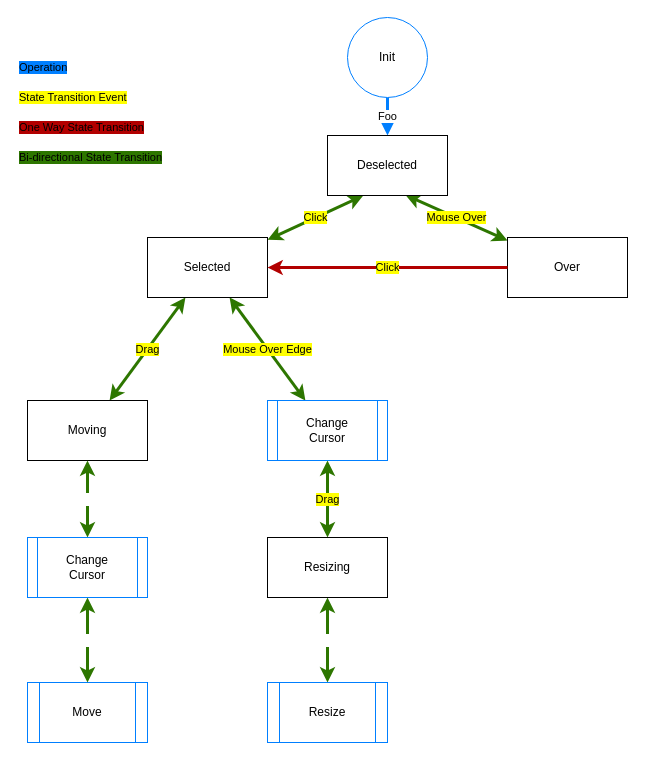
This is resources/notes/Bounding Box Mouse Interaction.drawio from grymmjack/img2ans, a draw.io file, before an edit. Source tidied: cells renumbered, new cells numbered last; positions are measured from the earlier drawing's top-left corner, leaving out a move shared by most shapes. Both pictures are drawn from the tidied source at 100%, with x=0, y=0 at pixel (17, 17).
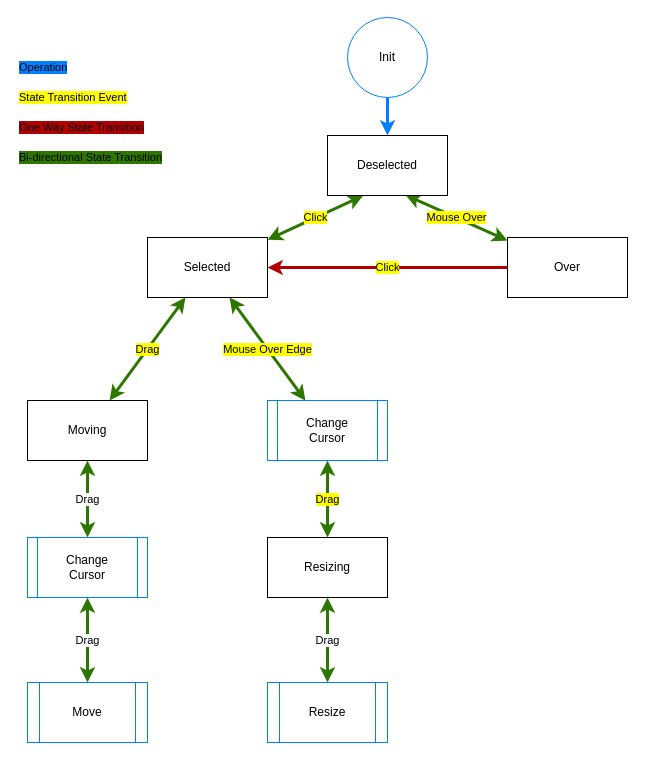
The same diagram, later.

The change refers to these unchanged cells:
```xml
<mxCell id="5" value="Deselected" style="rounded=0;whiteSpace=wrap;html=1;" parent="1" vertex="1">
  <mxGeometry x="310" y="118" width="120" height="60" as="geometry" />
</mxCell>
<mxCell id="10" value="Moving" style="rounded=0;whiteSpace=wrap;html=1;" parent="1" vertex="1">
  <mxGeometry x="10" y="383" width="120" height="60" as="geometry" />
</mxCell>
<mxCell id="14" value="Init" style="ellipse;whiteSpace=wrap;html=1;rounded=0;strokeColor=#007FFF;" parent="1" vertex="1">
  <mxGeometry x="330" width="80" height="80" as="geometry" />
</mxCell>
<mxCell id="16" value="Resizing" style="rounded=0;whiteSpace=wrap;html=1;" parent="1" vertex="1">
  <mxGeometry x="250" y="520" width="120" height="60" as="geometry" />
</mxCell>
<mxCell id="17" value="Resize" style="rounded=0;whiteSpace=wrap;html=1;shape=process;backgroundOutline=1;strokeColor=#007FFF;" parent="1" vertex="1">
  <mxGeometry x="250" y="665" width="120" height="60" as="geometry" />
</mxCell>
<mxCell id="18" value="Move" style="rounded=0;whiteSpace=wrap;html=1;shape=process;backgroundOutline=1;strokeColor=#007FFF;" parent="1" vertex="1">
  <mxGeometry x="10" y="665" width="120" height="60" as="geometry" />
</mxCell>
<mxCell id="21" value="Change Cursor" style="rounded=0;whiteSpace=wrap;html=1;shape=process;fixedSize=1;backgroundOutline=1;size=10;strokeColor=#007FFF;" parent="1" vertex="1">
  <mxGeometry x="10" y="520" width="120" height="60" as="geometry" />
</mxCell>
```

Change to the diagram source:
```diff
@@
-    <mxCell id="4" value="Foo" style="edgeStyle=orthogonalEdgeStyle;rounded=0;jettySize=auto;html=1;startArrow=classic;startFill=1;endArrow=none;endFill=0;fillColor=#1ba1e2;strokeColor=#007FFF;strokeWidth=3;" parent="1" edge="1" source="5" target="14">
+    <mxCell id="4" style="edgeStyle=orthogonalEdgeStyle;rounded=0;jettySize=auto;html=1;startArrow=classic;startFill=1;endArrow=none;endFill=0;fillColor=#1ba1e2;strokeColor=#007FFF;strokeWidth=3;" parent="1" edge="1" source="5" target="14">
       <mxGeometry x="0.1" relative="1" as="geometry" />
     </mxCell>
@@
-    <mxCell id="15" value="Drag" style="edgeStyle=orthogonalEdgeStyle;rounded=0;jettySize=auto;html=1;strokeWidth=3;strokeColor=#2D7600;fillColor=#60a917;startArrow=classic;startFill=1;labelBackgroundColor=default;fontColor=#FFFFFF;" parent="1" edge="1" source="16" target="17">
+    <mxCell id="15" value="Drag" style="edgeStyle=orthogonalEdgeStyle;rounded=0;jettySize=auto;html=1;strokeWidth=3;strokeColor=#2D7600;fillColor=#60a917;startArrow=classic;startFill=1;labelBackgroundColor=default;fontColor=#000000;" parent="1" edge="1" source="16" target="17">
       <mxGeometry relative="1" as="geometry" />
     </mxCell>
@@
-    <mxCell id="19" value="Drag" style="rounded=0;jettySize=auto;html=1;strokeWidth=3;strokeColor=#2D7600;fillColor=#60a917;startArrow=classic;startFill=1;labelBackgroundColor=default;fontColor=#FFFFFF;" parent="1" edge="1" source="21" target="18">
+    <mxCell id="19" value="Drag" style="rounded=0;jettySize=auto;html=1;strokeWidth=3;strokeColor=#2D7600;fillColor=#60a917;startArrow=classic;startFill=1;labelBackgroundColor=default;fontColor=#000000;" parent="1" edge="1" source="21" target="18">
       <mxGeometry relative="1" as="geometry" />
     </mxCell>
-    <mxCell id="20" value="Drag" style="rounded=0;jettySize=auto;html=1;strokeWidth=3;strokeColor=#2D7600;fillColor=#60a917;startArrow=classic;startFill=1;labelBackgroundColor=default;fontColor=#FFFFFF;" parent="1" edge="1" source="10" target="21">
+    <mxCell id="20" value="Drag" style="rounded=0;jettySize=auto;html=1;strokeWidth=3;strokeColor=#2D7600;fillColor=#60a917;startArrow=classic;startFill=1;labelBackgroundColor=default;fontColor=#000000;" parent="1" edge="1" source="10" target="21">
       <mxGeometry relative="1" as="geometry" />
     </mxCell>
```
